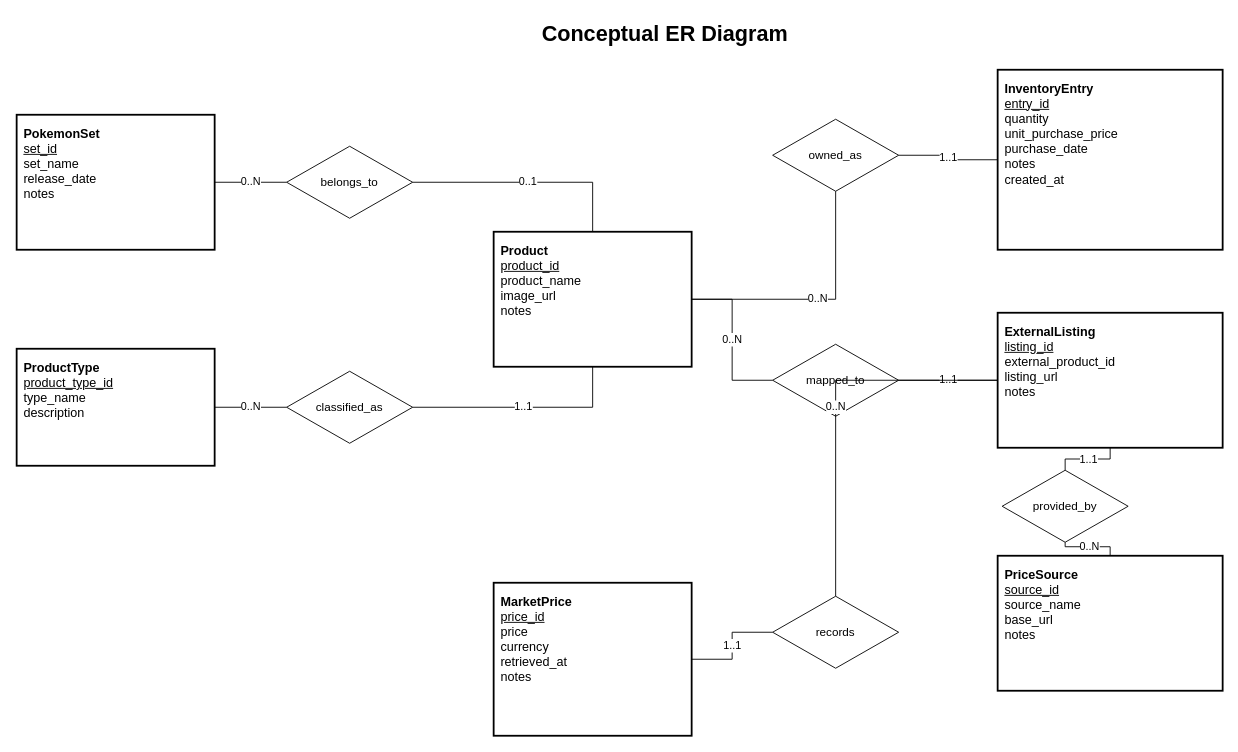
Above: docs/diagrams/er-diagram.drawio in EmmittFive/Sealed-Pokemon-Inventory-Tracker (draw.io), before the change. Source tidied: cells renumbered, new cells numbered last; positions are measured from the earlier drawing's top-left corner, leaving out a move shared by most shapes. Both pictures are drawn from the tidied source at 90%, with x=0, y=0 at pixel (16, 15).
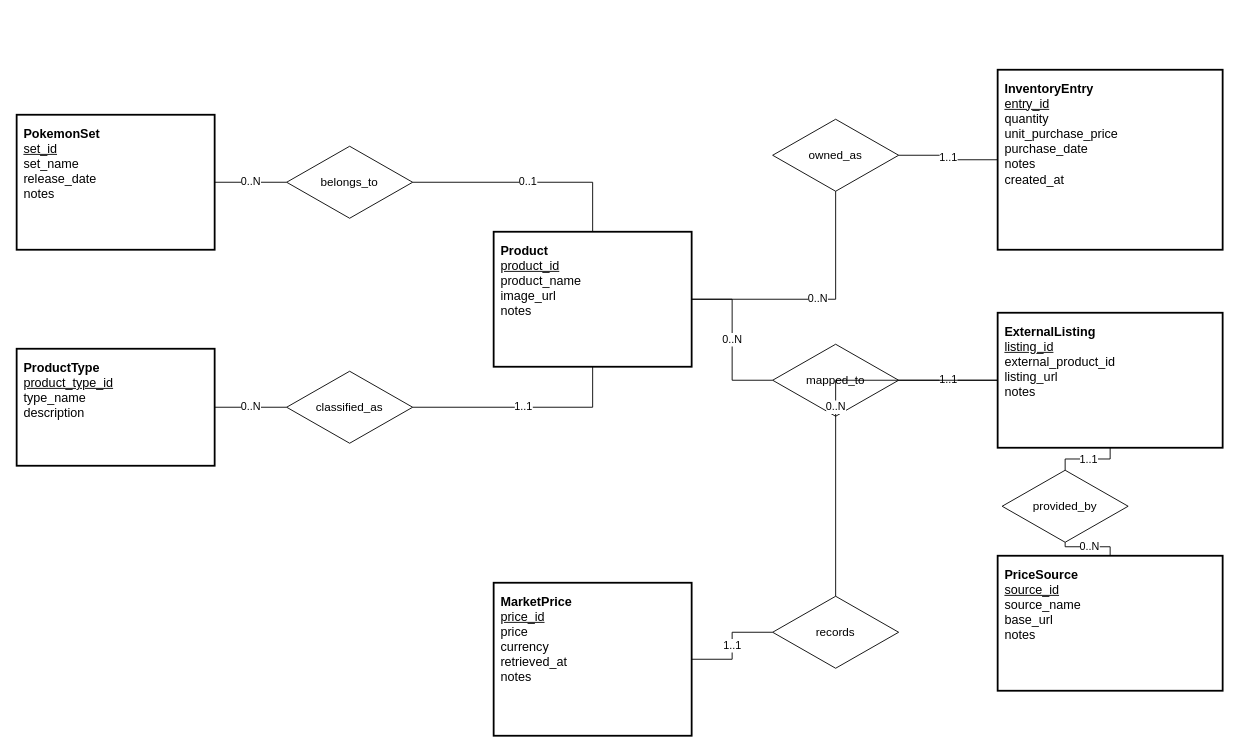
The same diagram, later.

Change to the diagram source:
```diff
@@
-    <mxCell id="2" value="Conceptual ER Diagram" style="text;html=1;strokeColor=none;fillColor=none;align=center;verticalAlign=middle;fontSize=24;fontStyle=1;" parent="1" vertex="1">
-      <mxGeometry x="250" width="940" height="40" as="geometry" />
-    </mxCell>
```
